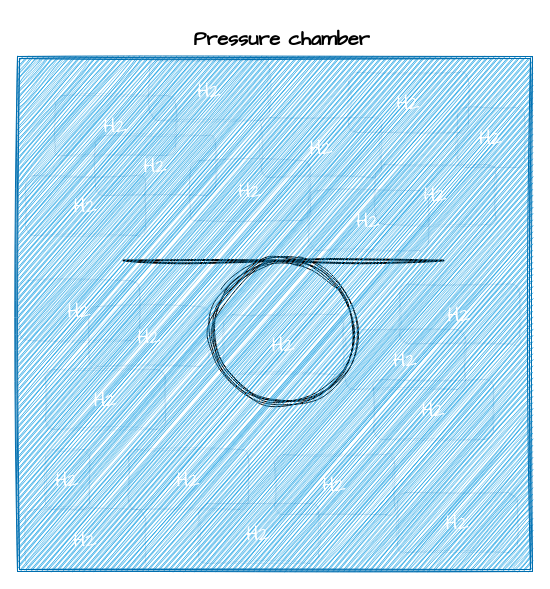
Earlier version of the draw.io diagram H2_implementation.drawio (666creeping666death/C-code). Source tidied: cells renumbered, new cells numbered last; positions are measured from the earlier drawing's top-left corner, leaving out a move shared by most shapes. Both pictures are drawn from the tidied source at 100%, with x=0, y=0 at pixel (17, 17).
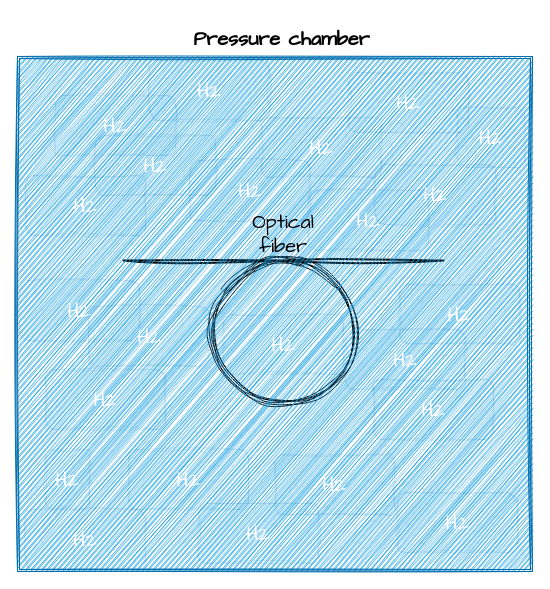
The same diagram, later.

The edit, as a diff of the source:
```diff
@@
+    <mxCell id="30" value="Optical fiber" style="text;html=1;strokeColor=none;fillColor=none;align=center;verticalAlign=middle;whiteSpace=wrap;rounded=0;fontSize=20;fontFamily=Architects Daughter;" parent="1" vertex="1">
+      <mxGeometry x="236" y="201" width="60" height="30" as="geometry" />
+    </mxCell>
```
